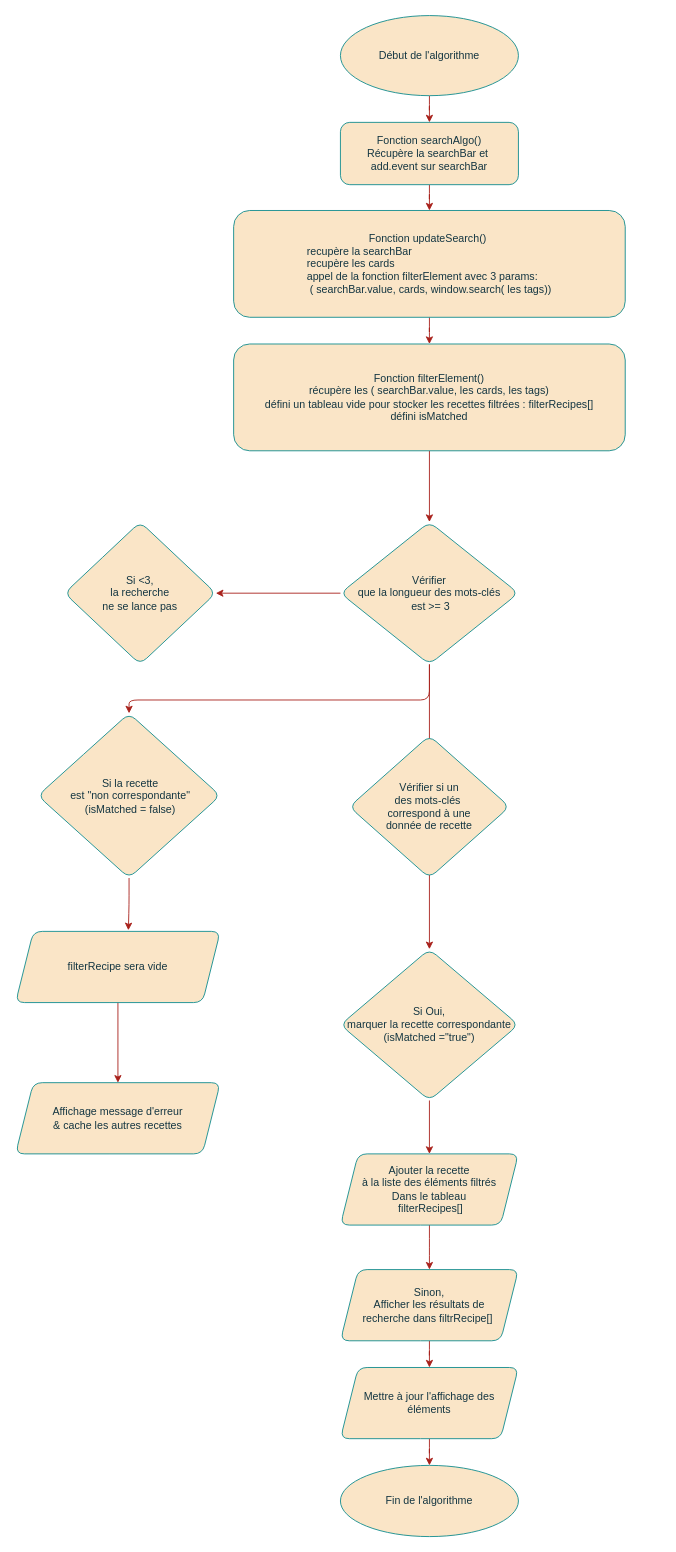
abaddon101/Projet---Les-Petits-Plats keeps this draw.io diagram as Algo de recherche n°1.drawio. Above is the earlier version. Source tidied: cells renumbered, new cells numbered last; positions are measured from the earlier drawing's top-left corner, leaving out a move shared by most shapes. Both pictures are drawn from the tidied source at 89%, with x=0, y=0 at pixel (15, 15).
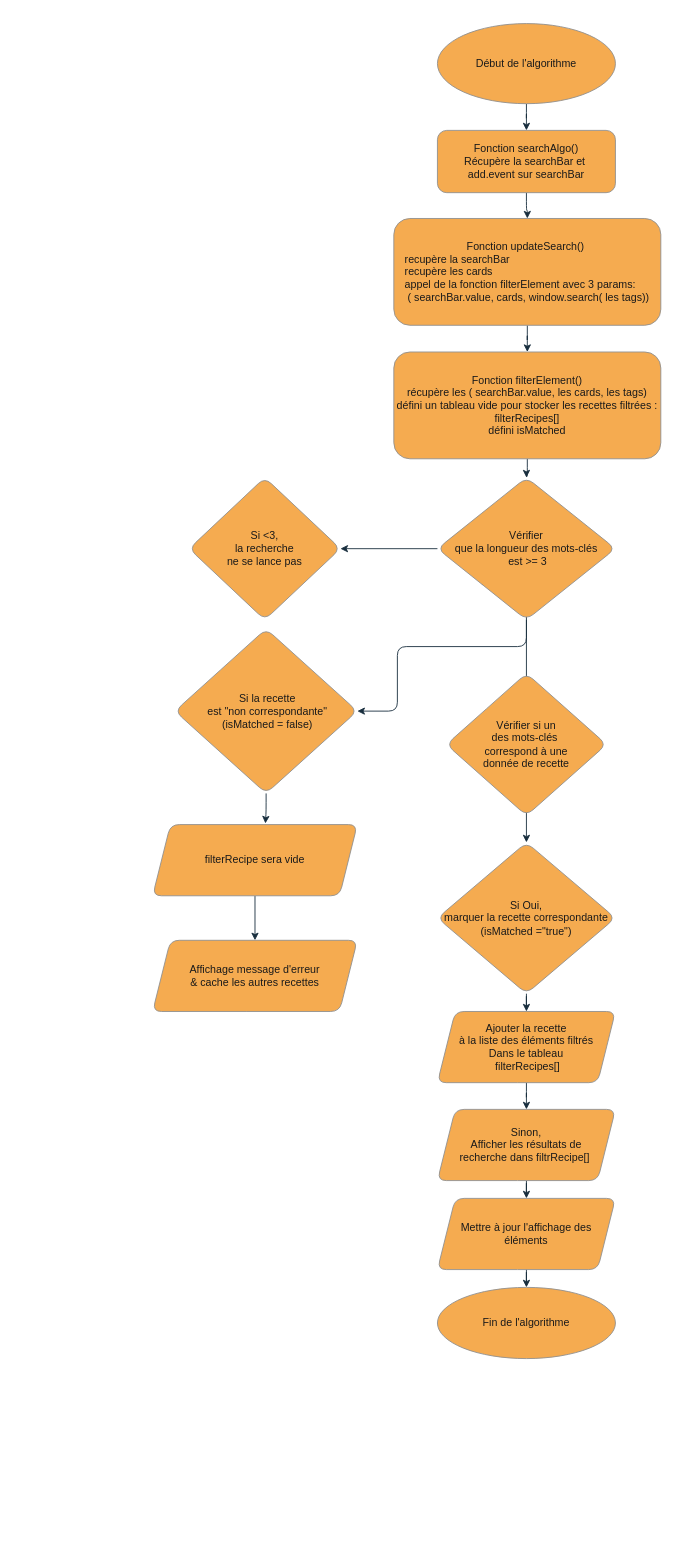
The same diagram, later.

Commit message:
Mettre à jour Algo de recherche n°1.drawio

What changed in the source:
```diff
@@
-    <mxCell id="2" style="edgeStyle=orthogonalEdgeStyle;rounded=1;jettySize=auto;html=1;strokeColor=#A8201A;fontColor=#143642;fillColor=#FAE5C7;" parent="1" edge="1" source="3" target="30">
+    <mxCell id="2" style="edgeStyle=orthogonalEdgeStyle;rounded=1;jettySize=auto;html=1;strokeColor=#182E3E;fontColor=default;labelBackgroundColor=none;" parent="1" edge="1" source="3" target="30">
       <mxGeometry relative="1" as="geometry" />
     </mxCell>
-    <mxCell id="3" value="filterRecipe sera vide" style="shape=parallelogram;perimeter=parallelogramPerimeter;whiteSpace=wrap;html=1;fixedSize=1;labelBackgroundColor=none;fillColor=#FAE5C7;strokeColor=#0F8B8D;fontColor=#143642;rounded=1;" parent="1" vertex="1">
-      <mxGeometry y="1029" width="230" height="80" as="geometry" />
+    <mxCell id="3" value="filterRecipe sera vide" style="shape=parallelogram;perimeter=parallelogramPerimeter;whiteSpace=wrap;html=1;fixedSize=1;labelBackgroundColor=none;fillColor=#F5AB50;strokeColor=#909090;fontColor=#1A1A1A;rounded=1;" parent="1" vertex="1">
+      <mxGeometry x="154" y="909" width="230" height="80" as="geometry" />
     </mxCell>
-    <mxCell id="4" style="edgeStyle=orthogonalEdgeStyle;rounded=1;jettySize=auto;html=1;labelBackgroundColor=none;strokeColor=#A8201A;fontColor=default;" parent="1" edge="1" source="5" target="7">
+    <mxCell id="4" style="edgeStyle=orthogonalEdgeStyle;rounded=1;jettySize=auto;html=1;labelBackgroundColor=none;strokeColor=#182E3E;fontColor=default;" parent="1" edge="1" source="5" target="7">
       <mxGeometry relative="1" as="geometry" />
     </mxCell>
-    <mxCell id="5" value="Début de l'algorithme" style="ellipse;whiteSpace=wrap;html=1;fillColor=#FAE5C7;strokeColor=#0F8B8D;labelBackgroundColor=none;fontColor=#143642;rounded=1;" parent="1" vertex="1">
-      <mxGeometry x="365" width="200" height="90" as="geometry" />
+    <mxCell id="5" value="Début de l'algorithme" style="ellipse;whiteSpace=wrap;html=1;fillColor=#F5AB50;strokeColor=#909090;labelBackgroundColor=none;fontColor=#1A1A1A;rounded=1;" parent="1" vertex="1">
+      <mxGeometry x="474" y="9" width="200" height="90" as="geometry" />
     </mxCell>
-    <mxCell id="6" style="edgeStyle=orthogonalEdgeStyle;rounded=1;jettySize=auto;html=1;entryX=0.5;entryY=0;entryDx=0;entryDy=0;labelBackgroundColor=none;strokeColor=#A8201A;fontColor=default;" parent="1" edge="1" source="7" target="9">
+    <mxCell id="6" style="edgeStyle=orthogonalEdgeStyle;rounded=1;jettySize=auto;html=1;entryX=0.5;entryY=0;entryDx=0;entryDy=0;labelBackgroundColor=none;strokeColor=#182E3E;fontColor=default;" parent="1" edge="1" source="7" target="9">
       <mxGeometry relative="1" as="geometry" />
     </mxCell>
-    <mxCell id="7" value="Fonction searchAlgo()&lt;br&gt;Récupère la searchBar et&amp;nbsp;&lt;br&gt;add.event sur searchBar" style="rounded=1;whiteSpace=wrap;html=1;labelBackgroundColor=none;fillColor=#FAE5C7;strokeColor=#0F8B8D;fontColor=#143642;" parent="1" vertex="1">
-      <mxGeometry x="365" y="120" width="200" height="70" as="geometry" />
+    <mxCell id="7" value="Fonction searchAlgo()&lt;br&gt;Récupère la searchBar et&amp;nbsp;&lt;br&gt;add.event sur searchBar" style="rounded=1;whiteSpace=wrap;html=1;labelBackgroundColor=none;fillColor=#F5AB50;strokeColor=#909090;fontColor=#1A1A1A;" parent="1" vertex="1">
+      <mxGeometry x="474" y="129" width="200" height="70" as="geometry" />
     </mxCell>
-    <mxCell id="8" style="edgeStyle=orthogonalEdgeStyle;rounded=1;jettySize=auto;html=1;labelBackgroundColor=none;strokeColor=#A8201A;fontColor=default;" parent="1" edge="1" source="9" target="11">
+    <mxCell id="8" style="edgeStyle=orthogonalEdgeStyle;rounded=1;jettySize=auto;html=1;labelBackgroundColor=none;strokeColor=#182E3E;fontColor=default;" parent="1" edge="1" source="9" target="11">
       <mxGeometry relative="1" as="geometry" />
     </mxCell>
-    <mxCell id="9" value="Fonction updateSearch()&amp;nbsp;&lt;br&gt;&lt;div style=&quot;text-align: left;&quot;&gt;&lt;span style=&quot;background-color: initial;&quot;&gt;recupère la searchBar&lt;/span&gt;&lt;/div&gt;&lt;div style=&quot;text-align: left;&quot;&gt;&lt;span style=&quot;background-color: initial;&quot;&gt;recupère les cards&lt;/span&gt;&lt;/div&gt;&lt;div style=&quot;text-align: left;&quot;&gt;&lt;span style=&quot;background-color: initial;&quot;&gt;appel de la fonction filterElement avec 3 params:&lt;/span&gt;&lt;/div&gt;&lt;div style=&quot;text-align: left;&quot;&gt;&lt;span style=&quot;background-color: initial;&quot;&gt;&amp;nbsp;( searchBar.value,&amp;nbsp;&lt;/span&gt;&lt;span style=&quot;background-color: initial;&quot;&gt;cards,&lt;/span&gt;&lt;span style=&quot;background-color: initial;&quot;&gt;&amp;nbsp;window.search( les tags))&lt;/span&gt;&lt;/div&gt;" style="rounded=1;whiteSpace=wrap;html=1;labelBackgroundColor=none;fillColor=#FAE5C7;strokeColor=#0F8B8D;fontColor=#143642;" parent="1" vertex="1">
-      <mxGeometry x="245" y="219" width="440" height="120" as="geometry" />
+    <mxCell id="9" value="Fonction updateSearch()&amp;nbsp;&lt;br&gt;&lt;div style=&quot;text-align: left;&quot;&gt;&lt;span style=&quot;background-color: initial;&quot;&gt;recupère la searchBar&lt;/span&gt;&lt;/div&gt;&lt;div style=&quot;text-align: left;&quot;&gt;&lt;span style=&quot;background-color: initial;&quot;&gt;recupère les cards&lt;/span&gt;&lt;/div&gt;&lt;div style=&quot;text-align: left;&quot;&gt;&lt;span style=&quot;background-color: initial;&quot;&gt;appel de la fonction filterElement avec 3 params:&lt;/span&gt;&lt;/div&gt;&lt;div style=&quot;text-align: left;&quot;&gt;&lt;span style=&quot;background-color: initial;&quot;&gt;&amp;nbsp;( searchBar.value,&amp;nbsp;&lt;/span&gt;&lt;span style=&quot;background-color: initial;&quot;&gt;cards,&lt;/span&gt;&lt;span style=&quot;background-color: initial;&quot;&gt;&amp;nbsp;window.search( les tags))&lt;/span&gt;&lt;/div&gt;" style="rounded=1;whiteSpace=wrap;html=1;labelBackgroundColor=none;fillColor=#F5AB50;strokeColor=#909090;fontColor=#1A1A1A;" parent="1" vertex="1">
+      <mxGeometry x="425" y="228" width="300" height="120" as="geometry" />
     </mxCell>
-    <mxCell id="10" style="edgeStyle=orthogonalEdgeStyle;rounded=1;jettySize=auto;html=1;entryX=0.5;entryY=0;entryDx=0;entryDy=0;labelBackgroundColor=none;strokeColor=#A8201A;fontColor=default;" parent="1" edge="1" source="11" target="15">
+    <mxCell id="10" style="edgeStyle=orthogonalEdgeStyle;rounded=1;jettySize=auto;html=1;entryX=0.5;entryY=0;entryDx=0;entryDy=0;labelBackgroundColor=none;strokeColor=#182E3E;fontColor=default;" parent="1" edge="1" source="11" target="15">
       <mxGeometry relative="1" as="geometry" />
     </mxCell>
-    <mxCell id="11" value="Fonction filterElement()&lt;br&gt;récupère les ( searchBar.value,&amp;nbsp;les cards,&amp;nbsp;les tags)&lt;br&gt;défini un tableau vide pour stocker les recettes filtrées : filterRecipes[]&lt;br&gt;défini isMatched" style="rounded=1;whiteSpace=wrap;html=1;labelBackgroundColor=none;fillColor=#FAE5C7;strokeColor=#0F8B8D;fontColor=#143642;" parent="1" vertex="1">
-      <mxGeometry x="245" y="369" width="440" height="120" as="geometry" />
+    <mxCell id="11" value="Fonction filterElement()&lt;br&gt;récupère les ( searchBar.value,&amp;nbsp;les cards,&amp;nbsp;les tags)&lt;br&gt;défini un tableau vide pour stocker les recettes filtrées : filterRecipes[]&lt;br&gt;défini isMatched" style="rounded=1;whiteSpace=wrap;html=1;labelBackgroundColor=none;fillColor=#F5AB50;strokeColor=#909090;fontColor=#1A1A1A;" parent="1" vertex="1">
+      <mxGeometry x="425" y="378" width="300" height="120" as="geometry" />
     </mxCell>
-    <mxCell id="12" style="edgeStyle=orthogonalEdgeStyle;rounded=1;jettySize=auto;html=1;labelBackgroundColor=none;strokeColor=#A8201A;fontColor=default;" parent="1" edge="1" source="15" target="17">
+    <mxCell id="12" style="edgeStyle=orthogonalEdgeStyle;rounded=1;jettySize=auto;html=1;labelBackgroundColor=none;strokeColor=#182E3E;fontColor=default;" parent="1" edge="1" source="15" target="17">
       <mxGeometry relative="1" as="geometry" />
     </mxCell>
-    <mxCell id="13" style="edgeStyle=orthogonalEdgeStyle;rounded=1;jettySize=auto;html=1;strokeColor=#A8201A;fontColor=#143642;fillColor=#FAE5C7;" parent="1" edge="1" source="15" target="29">
+    <mxCell id="13" style="edgeStyle=orthogonalEdgeStyle;rounded=1;jettySize=auto;html=1;strokeColor=#182E3E;fontColor=default;labelBackgroundColor=none;" parent="1" edge="1" source="15" target="29">
       <mxGeometry relative="1" as="geometry" />
     </mxCell>
-    <mxCell id="14" style="edgeStyle=orthogonalEdgeStyle;rounded=1;jettySize=auto;html=1;entryX=0.5;entryY=0;entryDx=0;entryDy=0;strokeColor=#A8201A;fontColor=#143642;fillColor=#FAE5C7;" parent="1" edge="1" source="15" target="28">
+    <mxCell id="14" style="edgeStyle=orthogonalEdgeStyle;rounded=1;jettySize=auto;html=1;exitX=0;exitY=1;exitDx=0;exitDy=0;entryX=1;entryY=0.5;entryDx=0;entryDy=0;strokeColor=#182E3E;fontColor=default;labelBackgroundColor=none;" parent="1" edge="1" source="15" target="28">
       <mxGeometry relative="1" as="geometry">
         <Array as="points">
-          <mxPoint x="465" y="769" />
-          <mxPoint x="128" y="769" />
+          <mxPoint x="574" y="639" />
+          <mxPoint x="574" y="709" />
+          <mxPoint x="429" y="709" />
+          <mxPoint x="429" y="781" />
         </Array>
       </mxGeometry>
     </mxCell>
-    <mxCell id="15" value="Vérifier &lt;br&gt;que la longueur des mots-clés&lt;br&gt;&amp;nbsp;est &amp;gt;= 3 " style="rhombus;whiteSpace=wrap;html=1;rounded=1;labelBackgroundColor=none;fillColor=#FAE5C7;strokeColor=#0F8B8D;fontColor=#143642;" parent="1" vertex="1">
-      <mxGeometry x="365" y="569" width="200" height="160" as="geometry" />
+    <mxCell id="15" value="Vérifier &lt;br&gt;que la longueur des mots-clés&lt;br&gt;&amp;nbsp;est &amp;gt;= 3 " style="rhombus;whiteSpace=wrap;html=1;rounded=1;labelBackgroundColor=none;fillColor=#F5AB50;strokeColor=#909090;fontColor=#1A1A1A;" parent="1" vertex="1">
+      <mxGeometry x="474" y="519" width="200" height="160" as="geometry" />
     </mxCell>
-    <mxCell id="16" style="edgeStyle=orthogonalEdgeStyle;rounded=1;jettySize=auto;html=1;strokeColor=#A8201A;fontColor=#143642;fillColor=#FAE5C7;" parent="1" edge="1" source="17" target="19">
+    <mxCell id="16" style="edgeStyle=orthogonalEdgeStyle;rounded=1;jettySize=auto;html=1;strokeColor=#182E3E;fontColor=default;labelBackgroundColor=none;" parent="1" edge="1" source="17" target="19">
       <mxGeometry relative="1" as="geometry" />
     </mxCell>
-    <mxCell id="17" value="Si Oui, &lt;br&gt;marquer la recette correspondante (isMatched =&quot;true&quot;)" style="rhombus;whiteSpace=wrap;html=1;labelBackgroundColor=none;fillColor=#FAE5C7;strokeColor=#0F8B8D;fontColor=#143642;rounded=1;" parent="1" vertex="1">
-      <mxGeometry x="365" y="1049" width="200" height="170" as="geometry" />
+    <mxCell id="17" value="Si Oui, &lt;br&gt;marquer la recette correspondante (isMatched =&quot;true&quot;)" style="rhombus;whiteSpace=wrap;html=1;labelBackgroundColor=none;fillColor=#F5AB50;strokeColor=#909090;fontColor=#1A1A1A;rounded=1;" parent="1" vertex="1">
+      <mxGeometry x="474" y="929" width="200" height="170" as="geometry" />
     </mxCell>
-    <mxCell id="18" style="edgeStyle=orthogonalEdgeStyle;rounded=1;jettySize=auto;html=1;labelBackgroundColor=none;strokeColor=#A8201A;fontColor=default;" parent="1" edge="1" source="19">
-      <mxGeometry relative="1" as="geometry">
-        <mxPoint x="465" y="1409" as="targetPoint" />
-      </mxGeometry>
-    </mxCell>
+    <mxCell id="31" style="edgeStyle=orthogonalEdgeStyle;rounded=1;jettySize=auto;html=1;entryX=0.5;entryY=0;entryDx=0;entryDy=0;strokeColor=#182E3E;fontColor=default;labelBackgroundColor=none;" parent="1" edge="1" source="19" target="21">
+      <mxGeometry relative="1" as="geometry" />
+    </mxCell>
-    <mxCell id="19" value="Ajouter la recette&lt;br&gt;à la liste des éléments filtrés&lt;br&gt;Dans le tableau&lt;br&gt;&amp;nbsp;filterRecipes[]" style="shape=parallelogram;perimeter=parallelogramPerimeter;whiteSpace=wrap;html=1;fixedSize=1;labelBackgroundColor=none;fillColor=#FAE5C7;strokeColor=#0F8B8D;fontColor=#143642;rounded=1;" parent="1" vertex="1">
-      <mxGeometry x="365" y="1279" width="200" height="80" as="geometry" />
+    <mxCell id="19" value="Ajouter la recette&lt;br&gt;à la liste des éléments filtrés&lt;br&gt;Dans le tableau&lt;br&gt;&amp;nbsp;filterRecipes[]" style="shape=parallelogram;perimeter=parallelogramPerimeter;whiteSpace=wrap;html=1;fixedSize=1;labelBackgroundColor=none;fillColor=#F5AB50;strokeColor=#909090;fontColor=#1A1A1A;rounded=1;" parent="1" vertex="1">
+      <mxGeometry x="474" y="1119" width="200" height="80" as="geometry" />
     </mxCell>
-    <mxCell id="20" style="edgeStyle=orthogonalEdgeStyle;rounded=1;jettySize=auto;html=1;labelBackgroundColor=none;strokeColor=#A8201A;fontColor=default;" parent="1" edge="1" source="21" target="23">
+    <mxCell id="20" style="edgeStyle=orthogonalEdgeStyle;rounded=1;jettySize=auto;html=1;entryX=0.5;entryY=0;entryDx=0;entryDy=0;strokeColor=#182E3E;fontColor=default;labelBackgroundColor=none;" parent="1" edge="1" source="21" target="23">
       <mxGeometry relative="1" as="geometry" />
     </mxCell>
-    <mxCell id="21" value="Sinon,&lt;br&gt;Afficher les résultats de&lt;br&gt;recherche dans filtrRecipe[]&amp;nbsp;" style="shape=parallelogram;perimeter=parallelogramPerimeter;whiteSpace=wrap;html=1;fixedSize=1;labelBackgroundColor=none;fillColor=#FAE5C7;strokeColor=#0F8B8D;fontColor=#143642;rounded=1;" parent="1" vertex="1">
-      <mxGeometry x="365" y="1409" width="200" height="80" as="geometry" />
+    <mxCell id="21" value="Sinon,&lt;br&gt;Afficher les résultats de&lt;br&gt;recherche dans filtrRecipe[]&amp;nbsp;" style="shape=parallelogram;perimeter=parallelogramPerimeter;whiteSpace=wrap;html=1;fixedSize=1;labelBackgroundColor=none;fillColor=#F5AB50;strokeColor=#909090;fontColor=#1A1A1A;rounded=1;" parent="1" vertex="1">
+      <mxGeometry x="474" y="1229" width="200" height="80" as="geometry" />
     </mxCell>
-    <mxCell id="22" style="edgeStyle=orthogonalEdgeStyle;rounded=1;jettySize=auto;html=1;labelBackgroundColor=none;strokeColor=#A8201A;fontColor=default;" parent="1" edge="1" source="23" target="24">
+    <mxCell id="22" style="edgeStyle=orthogonalEdgeStyle;rounded=1;jettySize=auto;html=1;strokeColor=#182E3E;fontColor=default;labelBackgroundColor=none;" parent="1" edge="1" source="23" target="24">
       <mxGeometry relative="1" as="geometry" />
     </mxCell>
-    <mxCell id="23" value="Mettre à jour l'affichage des éléments" style="shape=parallelogram;perimeter=parallelogramPerimeter;whiteSpace=wrap;html=1;fixedSize=1;labelBackgroundColor=none;fillColor=#FAE5C7;strokeColor=#0F8B8D;fontColor=#143642;rounded=1;" parent="1" vertex="1">
-      <mxGeometry x="365" y="1519" width="200" height="80" as="geometry" />
+    <mxCell id="23" value="Mettre à jour l'affichage des éléments" style="shape=parallelogram;perimeter=parallelogramPerimeter;whiteSpace=wrap;html=1;fixedSize=1;labelBackgroundColor=none;fillColor=#F5AB50;strokeColor=#909090;fontColor=#1A1A1A;rounded=1;" parent="1" vertex="1">
+      <mxGeometry x="474" y="1329" width="200" height="80" as="geometry" />
     </mxCell>
-    <mxCell id="24" value="Fin de l'algorithme" style="ellipse;whiteSpace=wrap;html=1;labelBackgroundColor=none;fillColor=#FAE5C7;strokeColor=#0F8B8D;fontColor=#143642;rounded=1;" parent="1" vertex="1">
-      <mxGeometry x="365" y="1629" width="200" height="80" as="geometry" />
+    <mxCell id="24" value="Fin de l'algorithme" style="ellipse;whiteSpace=wrap;html=1;labelBackgroundColor=none;fillColor=#F5AB50;strokeColor=#909090;fontColor=#1A1A1A;rounded=1;" parent="1" vertex="1">
+      <mxGeometry x="474" y="1429" width="200" height="80" as="geometry" />
     </mxCell>
-    <mxCell id="25" style="edgeStyle=orthogonalEdgeStyle;rounded=1;orthogonalLoop=1;jettySize=auto;html=1;exitX=0.5;exitY=1;exitDx=0;exitDy=0;labelBackgroundColor=none;strokeColor=#A8201A;fontColor=default;" parent="1" edge="1" source="17" target="17">
+    <mxCell id="25" style="edgeStyle=orthogonalEdgeStyle;rounded=1;orthogonalLoop=1;jettySize=auto;html=1;exitX=0.5;exitY=1;exitDx=0;exitDy=0;labelBackgroundColor=none;strokeColor=#182E3E;fontColor=default;" parent="1" edge="1" source="17" target="17">
       <mxGeometry relative="1" as="geometry" />
     </mxCell>
-    <mxCell id="26" value="Vérifier si un &lt;br&gt;des mots-clés&amp;nbsp;&lt;br&gt;correspond à une &lt;br&gt;donnée de recette" style="rhombus;whiteSpace=wrap;html=1;rounded=1;labelBackgroundColor=none;fillColor=#FAE5C7;strokeColor=#0F8B8D;fontColor=#143642;" parent="1" vertex="1">
-      <mxGeometry x="375" y="809" width="180" height="160" as="geometry" />
+    <mxCell id="26" value="Vérifier si un &lt;br&gt;des mots-clés&amp;nbsp;&lt;br&gt;correspond à une &lt;br&gt;donnée de recette" style="rhombus;whiteSpace=wrap;html=1;rounded=1;labelBackgroundColor=none;fillColor=#F5AB50;strokeColor=#909090;fontColor=#1A1A1A;" parent="1" vertex="1">
+      <mxGeometry x="484" y="739" width="180" height="160" as="geometry" />
     </mxCell>
-    <mxCell id="27" style="edgeStyle=orthogonalEdgeStyle;rounded=1;jettySize=auto;html=1;entryX=0.551;entryY=-0.016;entryDx=0;entryDy=0;entryPerimeter=0;strokeColor=#A8201A;fontColor=#143642;fillColor=#FAE5C7;" parent="1" edge="1" source="28" target="3">
+    <mxCell id="27" style="edgeStyle=orthogonalEdgeStyle;rounded=1;jettySize=auto;html=1;entryX=0.551;entryY=-0.016;entryDx=0;entryDy=0;entryPerimeter=0;strokeColor=#182E3E;fontColor=default;labelBackgroundColor=none;" parent="1" edge="1" source="28" target="3">
       <mxGeometry relative="1" as="geometry" />
     </mxCell>
-    <mxCell id="28" value="&amp;nbsp;Si la recette&lt;br style=&quot;border-color: var(--border-color);&quot;&gt;&amp;nbsp;est &quot;non correspondante&quot;&lt;br style=&quot;border-color: var(--border-color);&quot;&gt;&amp;nbsp;(isMatched = false)" style="rhombus;whiteSpace=wrap;html=1;rounded=1;labelBackgroundColor=none;fillColor=#FAE5C7;strokeColor=#0F8B8D;fontColor=#143642;" parent="1" vertex="1">
-      <mxGeometry x="25" y="784" width="205" height="185" as="geometry" />
+    <mxCell id="28" value="&amp;nbsp;Si la recette&lt;br style=&quot;border-color: var(--border-color);&quot;&gt;&amp;nbsp;est &quot;non correspondante&quot;&lt;br style=&quot;border-color: var(--border-color);&quot;&gt;&amp;nbsp;(isMatched = false)" style="rhombus;whiteSpace=wrap;html=1;rounded=1;labelBackgroundColor=none;fillColor=#F5AB50;strokeColor=#909090;fontColor=#1A1A1A;" parent="1" vertex="1">
+      <mxGeometry x="179" y="689" width="205" height="185" as="geometry" />
     </mxCell>
-    <mxCell id="29" value="Si &amp;lt;3, &lt;br&gt;la recherche &lt;br&gt;ne se lance pas" style="rhombus;whiteSpace=wrap;html=1;strokeColor=#0F8B8D;fontColor=#143642;fillColor=#FAE5C7;rounded=1;" parent="1" vertex="1">
-      <mxGeometry x="55" y="569" width="170" height="160" as="geometry" />
+    <mxCell id="29" value="Si &amp;lt;3, &lt;br&gt;la recherche &lt;br&gt;ne se lance pas" style="rhombus;whiteSpace=wrap;html=1;strokeColor=#909090;fontColor=#1A1A1A;fillColor=#F5AB50;rounded=1;labelBackgroundColor=none;" parent="1" vertex="1">
+      <mxGeometry x="195" y="519" width="170" height="160" as="geometry" />
     </mxCell>
-    <mxCell id="30" value="Affichage message d'erreur&lt;br&gt;&amp;amp; cache les autres recettes" style="shape=parallelogram;perimeter=parallelogramPerimeter;whiteSpace=wrap;html=1;fixedSize=1;labelBackgroundColor=none;fillColor=#FAE5C7;strokeColor=#0F8B8D;fontColor=#143642;rounded=1;" parent="1" vertex="1">
-      <mxGeometry y="1199" width="230" height="80" as="geometry" />
+    <mxCell id="30" value="Affichage message d'erreur&lt;br&gt;&amp;amp; cache les autres recettes" style="shape=parallelogram;perimeter=parallelogramPerimeter;whiteSpace=wrap;html=1;fixedSize=1;labelBackgroundColor=none;fillColor=#F5AB50;strokeColor=#909090;fontColor=#1A1A1A;rounded=1;" parent="1" vertex="1">
+      <mxGeometry x="154" y="1039" width="230" height="80" as="geometry" />
     </mxCell>
```
